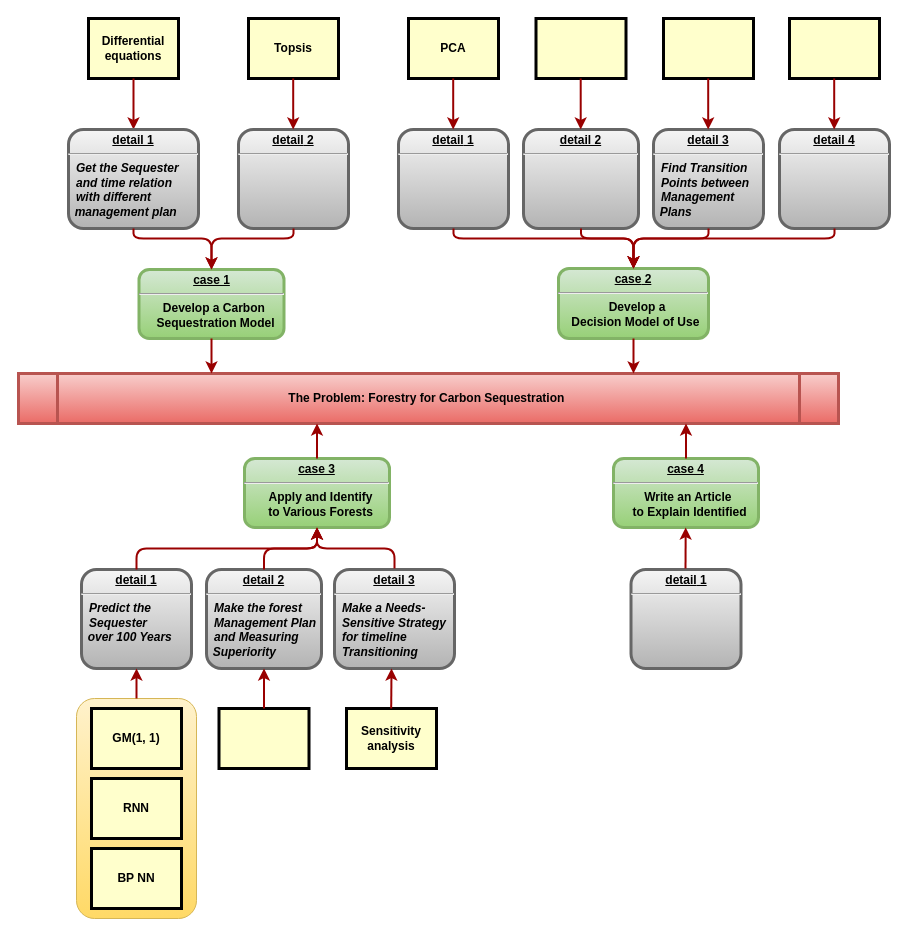
This is Untitled Diagram.drawio from KLGR123/KLGR123.github.io, a draw.io file, before an edit. Source tidied: cells renumbered, new cells numbered last; positions are measured from the earlier drawing's top-left corner, leaving out a move shared by most shapes. Both pictures are drawn from the tidied source at 100%, with x=0, y=0 at pixel (-28, 18).
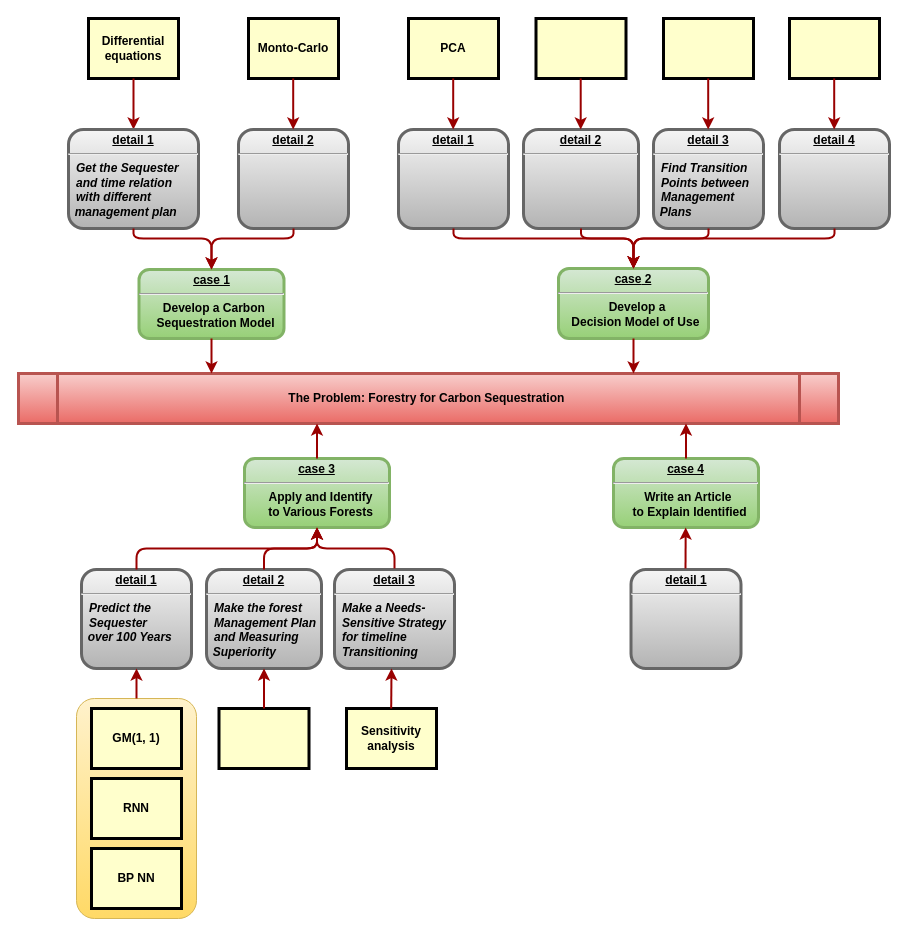
Above is the later version.

Diff of the diagram source:
```diff
@@
-    <mxCell id="18" value="Topsis" style="whiteSpace=wrap;align=center;verticalAlign=middle;fontStyle=1;strokeWidth=3;fillColor=#FFFFCC;" parent="1" vertex="1">
+    <mxCell id="18" value="Monto-Carlo" style="whiteSpace=wrap;align=center;verticalAlign=middle;fontStyle=1;strokeWidth=3;fillColor=#FFFFCC;" parent="1" vertex="1">
       <mxGeometry x="276" width="90" height="60" as="geometry" />
     </mxCell>
```
